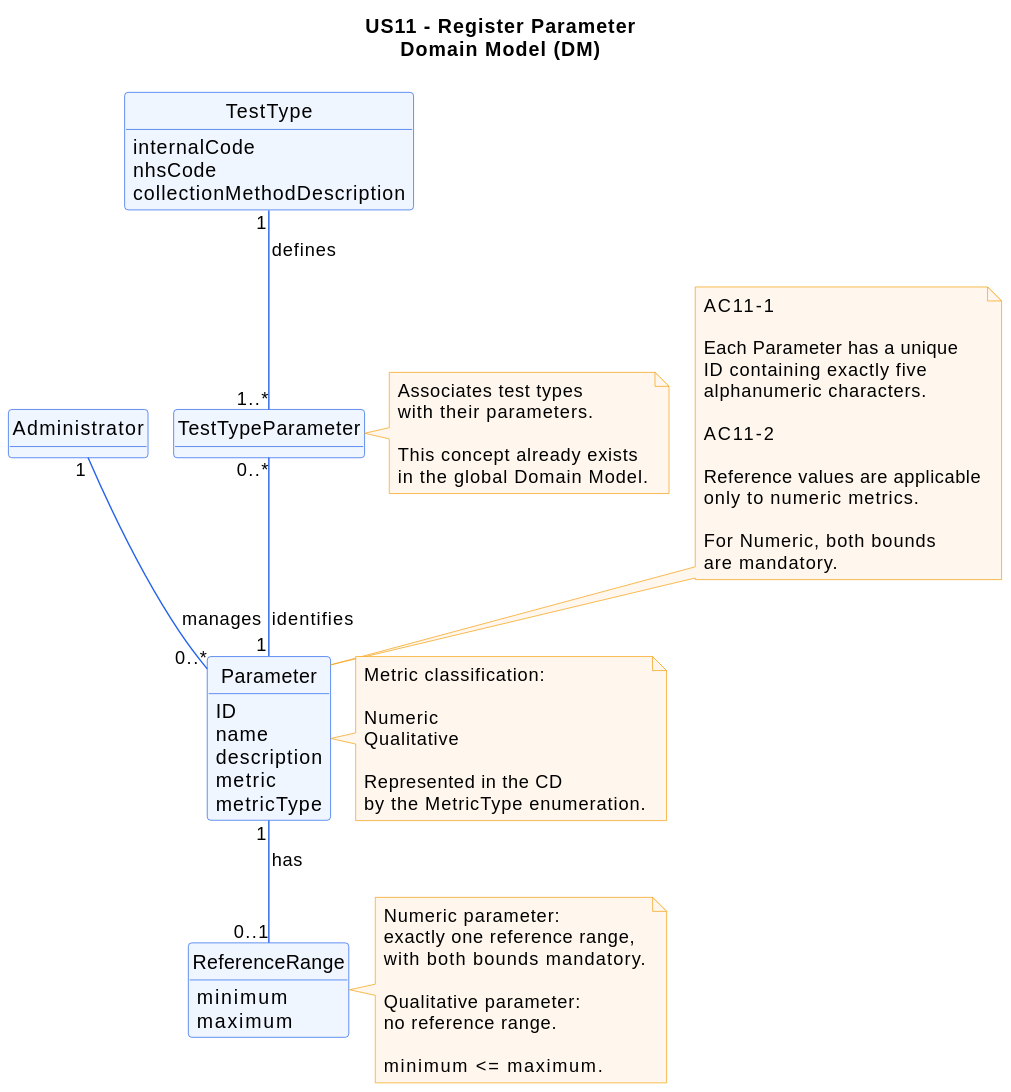
This is docs/system-documentation/US11/svg/US11-DM.svg from jmaia574/leti-esoft-26-27-B6, a PlantUML export, as it was before one commit.
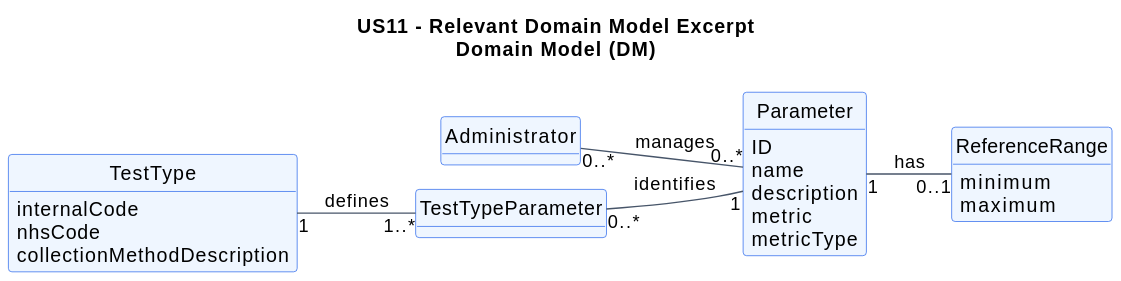
The same diagram one commit later.

What changed in the source:
```diff
@@ -1,17 +1,16 @@
 @startuml
 !pragma layout smetana
-title US11 - Register Parameter\nDomain Model (DM)
+title US11 - Relevant Domain Model Excerpt\nDomain Model (DM)
 
-skinparam backgroundColor white
-skinparam classBackgroundColor #EFF6FF
-skinparam classBorderColor #2563EB
-skinparam classArrowColor #2563EB
-skinparam noteBackgroundColor #FFF7ED
-skinparam noteBorderColor #F59E0B
-skinparam shadowing false
-
+left to right direction
 hide methods
 hide circle
+skinparam classAttributeIconSize 0
+skinparam backgroundColor #FFFFFF
+skinparam shadowing false
+skinparam classBorderColor #2563EB
+skinparam classBackgroundColor #EFF6FF
+skinparam ArrowColor #475569
 
 class Administrator
 
@@ -36,61 +35,8 @@
 
 class TestTypeParameter
 
-
-Administrator "1" -- "0..*" Parameter : manages
-
-Parameter "1" -- "0..1" ReferenceRange : has
-
-TestType "1" -- "1..*" TestTypeParameter : defines
-
-TestTypeParameter "0..*" -- "1" Parameter : identifies
-
-
-note top of Parameter
-    AC11-1
-
-    Each Parameter has a unique
-    ID containing exactly five
-    alphanumeric characters.
-
-    AC11-2
-
-    Reference values are applicable
-    only to numeric metrics.
-
-    For Numeric, both bounds
-    are mandatory.
-end note
-
-
-note right of Parameter
-    Metric classification:
-
-    Numeric
-    Qualitative
-
-    Represented in the CD
-    by the MetricType enumeration.
-end note
-
-
-note right of ReferenceRange
-    Numeric parameter:
-    exactly one reference range,
-    with both bounds mandatory.
-
-    Qualitative parameter:
-    no reference range.
-
-    minimum <= maximum.
-end note
-
-
-note right of TestTypeParameter
-    Associates test types
-    with their parameters.
-
-    This concept already exists
-    in the global Domain Model.
-end note
+Administrator "0..*" -- "0..*" Parameter : manages >
+Parameter "1" -- "0..1" ReferenceRange : has >
+TestType "1" -- "1..*" TestTypeParameter : defines >
+TestTypeParameter "0..*" -- "1" Parameter : identifies >
 @enduml
```
